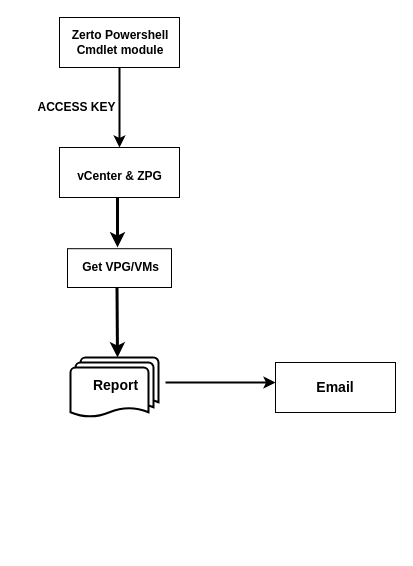
The draw.io diagram Untitled Diagram.drawio in shfy70/test, before the edit. Source tidied: cells renumbered, new cells numbered last; positions are measured from the earlier drawing's top-left corner, leaving out a move shared by most shapes. Both pictures are drawn from the tidied source at 100%, with x=0, y=0 at pixel (21, 17).
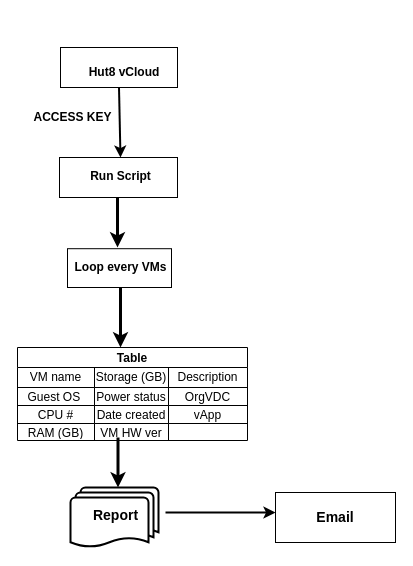
The same diagram, later.

Diff of the diagram source:
```diff
@@
     <mxCell id="2" style="rounded=0;whiteSpace=wrap;html=1;" parent="1" vertex="1">
-      <mxGeometry x="38" width="120" height="50" as="geometry" />
+      <mxGeometry x="39" y="30" width="117" height="40" as="geometry" />
     </mxCell>
     <mxCell id="3" style="rounded=0;whiteSpace=wrap;html=1;" parent="1" vertex="1">
-      <mxGeometry x="38" y="130" width="120" height="50" as="geometry" />
+      <mxGeometry x="38" y="140" width="118" height="40" as="geometry" />
     </mxCell>
-    <mxCell id="4" value="&lt;b&gt;Zerto Powershell Cmdlet module&lt;/b&gt;" style="text;html=1;strokeColor=none;fillColor=none;align=center;verticalAlign=middle;whiteSpace=wrap;rounded=0;fontSize=12;" parent="1" vertex="1">
-      <mxGeometry x="48" y="10" width="102" height="30" as="geometry" />
+    <mxCell id="4" value="&lt;b&gt;Hut8 vCloud&lt;/b&gt;" style="text;html=1;strokeColor=none;fillColor=none;align=center;verticalAlign=middle;whiteSpace=wrap;rounded=0;fontSize=12;" parent="1" vertex="1">
+      <mxGeometry x="52" y="40" width="102" height="30" as="geometry" />
     </mxCell>
-    <mxCell id="5" style="endArrow=classic;html=1;rounded=0;fontSize=12;exitX=0.5;exitY=1;exitDx=0;exitDy=0;strokeWidth=2;" parent="1" edge="1" source="2">
-      <mxGeometry relative="1" as="geometry">
-        <mxPoint x="98" y="130" as="targetPoint" />
-      </mxGeometry>
+    <mxCell id="5" style="endArrow=classic;html=1;rounded=0;fontSize=12;exitX=0.5;exitY=1;exitDx=0;exitDy=0;strokeWidth=2;entryX=0.5;entryY=0;entryDx=0;entryDy=0;" parent="1" edge="1" source="2" target="7">
+      <mxGeometry relative="1" as="geometry" />
     </mxCell>
     <mxCell id="6" value="&lt;font style=&quot;font-size: 12px;&quot;&gt;ACCESS KEY&lt;/font&gt;" style="text;strokeColor=none;fillColor=none;html=1;fontSize=24;fontStyle=1;verticalAlign=middle;align=center;" parent="1" vertex="1">
-      <mxGeometry y="60" width="110" height="51.2" as="geometry" />
+      <mxGeometry x="-4" y="70" width="110" height="51.2" as="geometry" />
     </mxCell>
-    <mxCell id="7" value="&lt;div style=&quot;text-align: justify;&quot;&gt;&lt;span style=&quot;font-size: 12px;&quot;&gt;vCenter &amp;amp; ZPG&lt;/span&gt;&lt;/div&gt;" style="text;strokeColor=none;fillColor=none;html=1;fontSize=24;fontStyle=1;verticalAlign=middle;align=center;" parent="1" vertex="1">
-      <mxGeometry x="48" y="140" width="100" height="30" as="geometry" />
+    <mxCell id="7" value="&lt;div style=&quot;text-align: justify;&quot;&gt;&lt;span style=&quot;font-size: 12px;&quot;&gt;Run Script&lt;/span&gt;&lt;/div&gt;" style="text;strokeColor=none;fillColor=none;html=1;fontSize=24;fontStyle=1;verticalAlign=middle;align=center;" parent="1" vertex="1">
+      <mxGeometry x="50" y="140" width="98" height="30" as="geometry" />
     </mxCell>
@@
-    <mxCell id="9" value="&lt;div style=&quot;text-align: justify;&quot;&gt;&lt;span style=&quot;font-size: 12px;&quot;&gt;Get VPG/VMs&lt;/span&gt;&lt;/div&gt;" style="text;strokeColor=none;fillColor=none;html=1;fontSize=24;fontStyle=1;verticalAlign=middle;align=center;" parent="1" vertex="1">
+    <mxCell id="9" value="&lt;div style=&quot;text-align: justify;&quot;&gt;&lt;span style=&quot;font-size: 12px;&quot;&gt;Loop every VMs&lt;/span&gt;&lt;/div&gt;" style="text;strokeColor=none;fillColor=none;html=1;fontSize=24;fontStyle=1;verticalAlign=middle;align=center;" parent="1" vertex="1">
       <mxGeometry x="44" y="220" width="110" height="51.2" as="geometry" />
     </mxCell>
@@
     <mxCell id="11" style="strokeWidth=2;html=1;shape=mxgraph.flowchart.multi-document;whiteSpace=wrap;fontSize=14;fontColor=#000000;" parent="1" vertex="1">
-      <mxGeometry x="49" y="340" width="88" height="60" as="geometry" />
+      <mxGeometry x="49" y="470" width="88" height="60" as="geometry" />
     </mxCell>
     <mxCell id="12" value="&lt;font style=&quot;font-size: 14px;&quot; color=&quot;#000000&quot;&gt;Report&lt;/font&gt;" style="text;strokeColor=none;fillColor=none;html=1;fontSize=24;fontStyle=1;verticalAlign=middle;align=center;fontColor=#0000FF;" parent="1" vertex="1">
-      <mxGeometry x="44" y="345" width="100" height="40" as="geometry" />
+      <mxGeometry x="44" y="475" width="100" height="40" as="geometry" />
     </mxCell>
     <mxCell id="13" style="endArrow=classic;html=1;rounded=0;strokeWidth=2;fontSize=14;fontColor=#000000;exitX=1;exitY=0.5;exitDx=0;exitDy=0;" parent="1" edge="1" source="12">
       <mxGeometry relative="1" as="geometry">
-        <mxPoint x="254" y="365" as="targetPoint" />
+        <mxPoint x="254" y="495" as="targetPoint" />
       </mxGeometry>
     </mxCell>
     <mxCell id="14" style="rounded=0;whiteSpace=wrap;html=1;" parent="1" vertex="1">
-      <mxGeometry x="254" y="345" width="120" height="50" as="geometry" />
+      <mxGeometry x="254" y="475" width="120" height="50" as="geometry" />
     </mxCell>
     <mxCell id="15" value="&lt;b&gt;Email&lt;/b&gt;" style="text;html=1;strokeColor=none;fillColor=none;align=center;verticalAlign=middle;whiteSpace=wrap;rounded=0;dashed=1;dashPattern=1 4;fontSize=14;fontColor=#000000;" parent="1" vertex="1">
-      <mxGeometry x="284" y="355" width="60" height="30" as="geometry" />
+      <mxGeometry x="284" y="485" width="60" height="30" as="geometry" />
     </mxCell>
     <mxCell id="16" style="endArrow=classic;html=1;rounded=0;fontSize=12;strokeWidth=3;" parent="1" edge="1">
       <mxGeometry relative="1" as="geometry">
-        <mxPoint x="95.5" y="270" as="sourcePoint" />
-        <mxPoint x="96" y="340" as="targetPoint" />
+        <mxPoint x="99" y="270" as="sourcePoint" />
+        <mxPoint x="99" y="330" as="targetPoint" />
       </mxGeometry>
     </mxCell>
+    <mxCell id="17" value="Table" style="shape=table;startSize=20;childLayout=tableLayout;fontStyle=1;align=center;" parent="1" vertex="1">
+      <mxGeometry x="-4" y="330" width="230" height="93" as="geometry" />
+    </mxCell>
+    <mxCell id="18" style="shape=tableRow;horizontal=0;startSize=0;swimlaneHead=0;swimlaneBody=0;top=0;left=0;bottom=0;right=0;fillColor=none;" parent="17" vertex="1">
+      <mxGeometry y="20" width="230" height="20" as="geometry" />
+    </mxCell>
+    <mxCell id="19" value="VM name" style="shape=partialRectangle;html=1;whiteSpace=wrap;fillColor=none;top=0;left=0;bottom=0;right=0;overflow=hidden;" parent="18" vertex="1">
+      <mxGeometry width="77" height="20" as="geometry" />
+    </mxCell>
+    <mxCell id="20" value="Storage (GB)" style="shape=partialRectangle;html=1;whiteSpace=wrap;fillColor=none;top=0;left=0;bottom=0;right=0;overflow=hidden;" parent="18" vertex="1">
+      <mxGeometry x="77" width="74" height="20" as="geometry" />
+    </mxCell>
+    <mxCell id="21" value="Description" style="shape=partialRectangle;html=1;whiteSpace=wrap;fillColor=none;top=0;left=0;bottom=0;right=0;overflow=hidden;" parent="18" vertex="1">
+      <mxGeometry x="151" width="79" height="20" as="geometry" />
+    </mxCell>
+    <mxCell id="22" style="shape=tableRow;horizontal=0;startSize=0;swimlaneHead=0;swimlaneBody=0;top=0;left=0;bottom=0;right=0;fillColor=none;" parent="17" vertex="1">
+      <mxGeometry y="40" width="230" height="18" as="geometry" />
+    </mxCell>
+    <mxCell id="23" value="Guest OS&amp;nbsp;" style="shape=partialRectangle;html=1;whiteSpace=wrap;fillColor=none;top=0;left=0;bottom=0;right=0;overflow=hidden;" parent="22" vertex="1">
+      <mxGeometry width="77" height="18" as="geometry" />
+    </mxCell>
+    <mxCell id="24" value="Power status" style="shape=partialRectangle;html=1;whiteSpace=wrap;fillColor=none;top=0;left=0;bottom=0;right=0;overflow=hidden;" parent="22" vertex="1">
+      <mxGeometry x="77" width="74" height="18" as="geometry" />
+    </mxCell>
+    <mxCell id="25" value="OrgVDC" style="shape=partialRectangle;html=1;whiteSpace=wrap;fillColor=none;top=0;left=0;bottom=0;right=0;overflow=hidden;" parent="22" vertex="1">
+      <mxGeometry x="151" width="79" height="18" as="geometry" />
+    </mxCell>
+    <mxCell id="26" style="shape=tableRow;horizontal=0;startSize=0;swimlaneHead=0;swimlaneBody=0;top=0;left=0;bottom=0;right=0;fillColor=none;" parent="17" vertex="1">
+      <mxGeometry y="58" width="230" height="18" as="geometry" />
+    </mxCell>
+    <mxCell id="27" value="CPU #" style="shape=partialRectangle;html=1;whiteSpace=wrap;fillColor=none;top=0;left=0;bottom=0;right=0;overflow=hidden;" parent="26" vertex="1">
+      <mxGeometry width="77" height="18" as="geometry" />
+    </mxCell>
+    <mxCell id="28" value="Date created" style="shape=partialRectangle;html=1;whiteSpace=wrap;fillColor=none;top=0;left=0;bottom=0;right=0;overflow=hidden;" parent="26" vertex="1">
+      <mxGeometry x="77" width="74" height="18" as="geometry" />
+    </mxCell>
+    <mxCell id="29" value="vApp" style="shape=partialRectangle;html=1;whiteSpace=wrap;fillColor=none;top=0;left=0;bottom=0;right=0;overflow=hidden;" parent="26" vertex="1">
+      <mxGeometry x="151" width="79" height="18" as="geometry" />
+    </mxCell>
+    <mxCell id="30" style="shape=tableRow;horizontal=0;startSize=0;swimlaneHead=0;swimlaneBody=0;top=0;left=0;bottom=0;right=0;fillColor=none;" parent="17" vertex="1">
+      <mxGeometry y="76" width="230" height="17" as="geometry" />
+    </mxCell>
+    <mxCell id="31" value="RAM (GB)" style="shape=partialRectangle;html=1;whiteSpace=wrap;fillColor=none;top=0;left=0;bottom=0;right=0;overflow=hidden;" parent="30" vertex="1">
+      <mxGeometry width="77" height="17" as="geometry" />
+    </mxCell>
+    <mxCell id="32" value="VM HW ver" style="shape=partialRectangle;html=1;whiteSpace=wrap;fillColor=none;top=0;left=0;bottom=0;right=0;overflow=hidden;" parent="30" vertex="1">
+      <mxGeometry x="77" width="74" height="17" as="geometry" />
+    </mxCell>
+    <mxCell id="33" style="shape=partialRectangle;html=1;whiteSpace=wrap;fillColor=none;top=0;left=0;bottom=0;right=0;overflow=hidden;" parent="30" vertex="1">
+      <mxGeometry x="151" width="79" height="17" as="geometry" />
+    </mxCell>
+    <mxCell id="34" style="endArrow=classic;html=1;rounded=0;fontSize=12;strokeWidth=3;" parent="1" edge="1">
+      <mxGeometry relative="1" as="geometry">
+        <mxPoint x="96.5" y="420" as="sourcePoint" />
+        <mxPoint x="96.5" y="470" as="targetPoint" />
+      </mxGeometry>
+    </mxCell>
```
